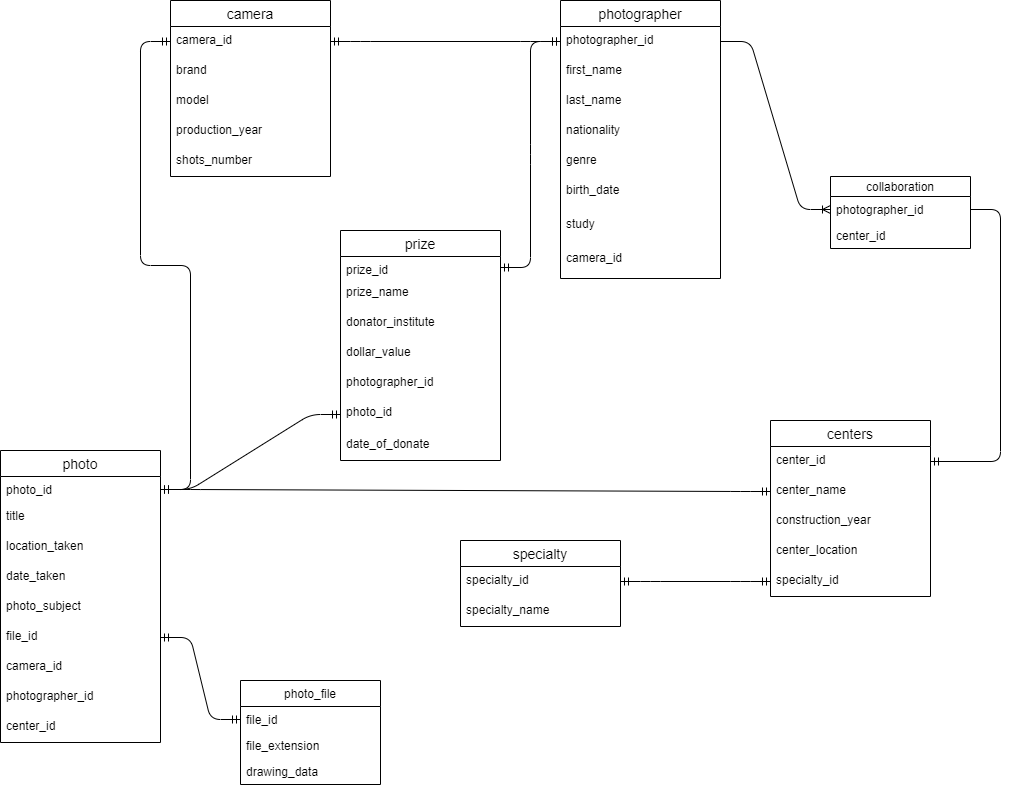
The draw.io diagram photography.png in sepideh2020/ERD, before a commit. Source tidied: cells renumbered, new cells last; positions are measured from the earlier drawing's top-left corner, leaving out a move shared by most shapes.
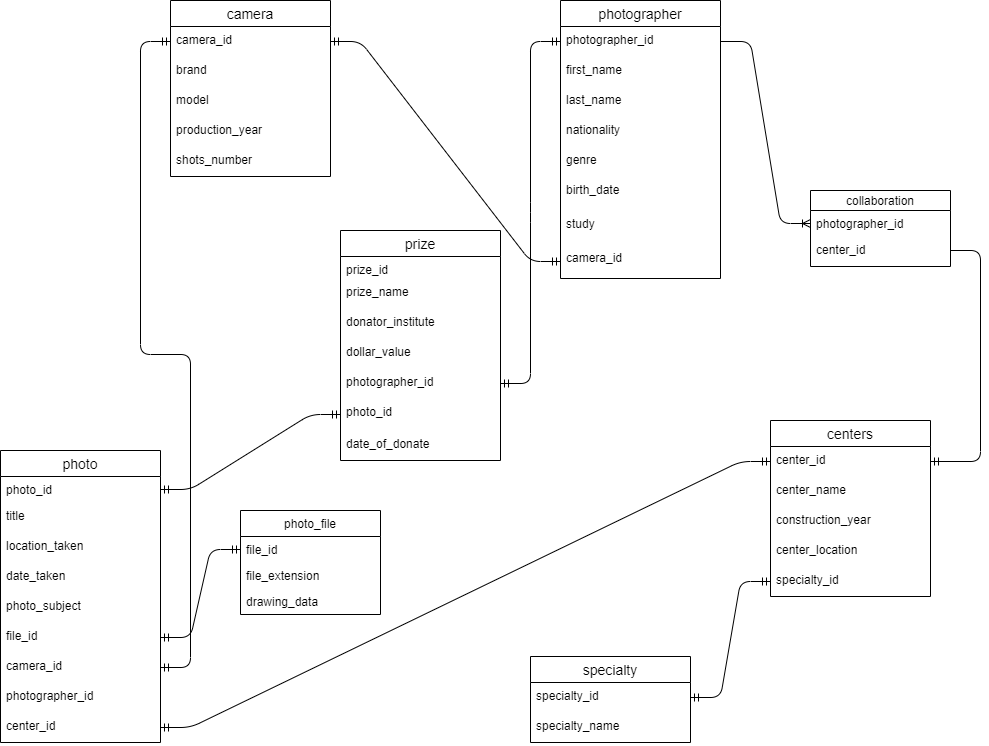
Above is the later version.

The edit, as a diff of the source:
```diff
@@ -119,23 +119,23 @@
     <mxCell id="40" value="date_of_donate" style="text;strokeColor=none;fillColor=none;spacingLeft=4;spacingRight=4;overflow=hidden;fontSize=12;" parent="33" vertex="1">
       <mxGeometry y="200" width="160" height="30" as="geometry" />
     </mxCell>
-    <mxCell id="41" style="edgeStyle=entityRelationEdgeStyle;fontSize=12;html=1;endArrow=ERmandOne;startArrow=ERmandOne;entryX=0;entryY=0.5;entryDx=0;entryDy=0;" parent="1" edge="1" source="24" target="12">
+    <mxCell id="41" style="edgeStyle=entityRelationEdgeStyle;fontSize=12;html=1;endArrow=ERmandOne;startArrow=ERmandOne;entryX=0;entryY=0.5;entryDx=0;entryDy=0;exitX=1;exitY=0.5;exitDx=0;exitDy=0;" parent="1" edge="1" source="30" target="12">
       <mxGeometry relative="1" as="geometry" />
     </mxCell>
-    <mxCell id="42" style="edgeStyle=entityRelationEdgeStyle;fontSize=12;html=1;endArrow=ERmandOne;startArrow=ERmandOne;entryX=0;entryY=0.5;entryDx=0;entryDy=0;" parent="1" edge="1" source="24" target="19">
+    <mxCell id="42" style="edgeStyle=entityRelationEdgeStyle;fontSize=12;html=1;endArrow=ERmandOne;startArrow=ERmandOne;entryX=0;entryY=0.5;entryDx=0;entryDy=0;exitX=1;exitY=0.5;exitDx=0;exitDy=0;" parent="1" edge="1" source="32" target="18">
       <mxGeometry relative="1" as="geometry" />
     </mxCell>
-    <mxCell id="43" style="edgeStyle=entityRelationEdgeStyle;fontSize=12;html=1;endArrow=ERmandOne;startArrow=ERmandOne;exitX=1;exitY=0.5;exitDx=0;exitDy=0;entryX=0;entryY=0.5;entryDx=0;entryDy=0;" parent="1" edge="1" source="12" target="3">
+    <mxCell id="43" style="edgeStyle=entityRelationEdgeStyle;fontSize=12;html=1;endArrow=ERmandOne;startArrow=ERmandOne;exitX=1;exitY=0.5;exitDx=0;exitDy=0;entryX=0;entryY=0.5;entryDx=0;entryDy=0;" parent="1" edge="1" source="12" target="10">
       <mxGeometry relative="1" as="geometry" />
     </mxCell>
-    <mxCell id="44" style="edgeStyle=entityRelationEdgeStyle;fontSize=12;html=1;endArrow=ERmandOne;startArrow=ERmandOne;entryX=0;entryY=0.5;entryDx=0;entryDy=0;exitX=1;exitY=0.5;exitDx=0;exitDy=0;" parent="1" edge="1" source="34" target="3">
+    <mxCell id="44" style="edgeStyle=entityRelationEdgeStyle;fontSize=12;html=1;endArrow=ERmandOne;startArrow=ERmandOne;entryX=0;entryY=0.5;entryDx=0;entryDy=0;exitX=1;exitY=0.5;exitDx=0;exitDy=0;" parent="1" edge="1" source="38" target="3">
       <mxGeometry relative="1" as="geometry" />
     </mxCell>
     <mxCell id="45" style="edgeStyle=entityRelationEdgeStyle;fontSize=12;html=1;endArrow=ERmandOne;startArrow=ERmandOne;exitX=1;exitY=0.5;exitDx=0;exitDy=0;entryX=0;entryY=0.5;entryDx=0;entryDy=0;" parent="1" edge="1" source="24" target="39">
       <mxGeometry relative="1" as="geometry" />
     </mxCell>
     <mxCell id="46" value="specialty" style="swimlane;fontStyle=0;horizontal=1;startSize=26;align=center;fontSize=14;" parent="1" vertex="1">
-      <mxGeometry x="460" y="540" width="160" height="86" as="geometry" />
+      <mxGeometry x="530" y="656" width="160" height="86" as="geometry" />
     </mxCell>
     <mxCell id="47" value="specialty_id" style="text;strokeColor=none;fillColor=none;spacingLeft=4;spacingRight=4;overflow=hidden;points=[[0,0.5],[1,0.5]];portConstraint=eastwest;fontSize=12;" parent="46" vertex="1">
       <mxGeometry y="26" width="160" height="30" as="geometry" />
@@ -149,20 +149,22 @@
     <mxCell id="50" style="edgeStyle=entityRelationEdgeStyle;fontSize=12;html=1;endArrow=ERoneToMany;entryX=0;entryY=0.5;entryDx=0;entryDy=0;exitX=1;exitY=0.5;exitDx=0;exitDy=0;" parent="1" edge="1" source="3" target="53">
       <mxGeometry relative="1" as="geometry" />
     </mxCell>
-    <mxCell id="51" style="edgeStyle=entityRelationEdgeStyle;fontSize=12;html=1;endArrow=ERmandOne;entryX=1;entryY=0.5;entryDx=0;entryDy=0;" parent="1" edge="1" source="53" target="18">
-      <mxGeometry relative="1" as="geometry" />
+    <mxCell id="51" style="edgeStyle=entityRelationEdgeStyle;fontSize=12;html=1;endArrow=ERmandOne;entryX=1;entryY=0.5;entryDx=0;entryDy=0;" parent="1" edge="1" target="18">
+      <mxGeometry relative="1" as="geometry">
+        <mxPoint x="950" y="250" as="sourcePoint" />
+      </mxGeometry>
     </mxCell>
     <mxCell id="52" value="collaboration" style="swimlane;fontStyle=0;horizontal=1;startSize=20;fillColor=none;" parent="1" vertex="1">
-      <mxGeometry x="830" y="176" width="140" height="72" as="geometry" />
+      <mxGeometry x="810" y="190" width="140" height="76" as="geometry" />
     </mxCell>
     <mxCell id="53" value="photographer_id" style="text;strokeColor=none;fillColor=none;align=left;verticalAlign=top;spacingLeft=4;spacingRight=4;overflow=hidden;points=[[0,0.5],[1,0.5]];portConstraint=eastwest;" parent="52" vertex="1">
       <mxGeometry y="20" width="140" height="26" as="geometry" />
     </mxCell>
     <mxCell id="54" value="center_id" style="text;strokeColor=none;fillColor=none;align=left;verticalAlign=top;spacingLeft=4;spacingRight=4;overflow=hidden;" parent="52" vertex="1">
-      <mxGeometry y="46" width="140" height="26" as="geometry" />
+      <mxGeometry y="46" width="140" height="30" as="geometry" />
     </mxCell>
     <mxCell id="55" value="photo_file" style="swimlane;fontStyle=0;horizontal=1;startSize=26;fillColor=none;" parent="1" vertex="1">
-      <mxGeometry x="240" y="680" width="140" height="104" as="geometry" />
+      <mxGeometry x="240" y="510" width="140" height="104" as="geometry" />
     </mxCell>
     <mxCell id="56" value="file_id" style="text;strokeColor=none;fillColor=none;align=left;verticalAlign=top;spacingLeft=4;spacingRight=4;overflow=hidden;points=[[0,0.5],[1,0.5]];portConstraint=eastwest;" parent="55" vertex="1">
       <mxGeometry y="26" width="140" height="26" as="geometry" />
```
